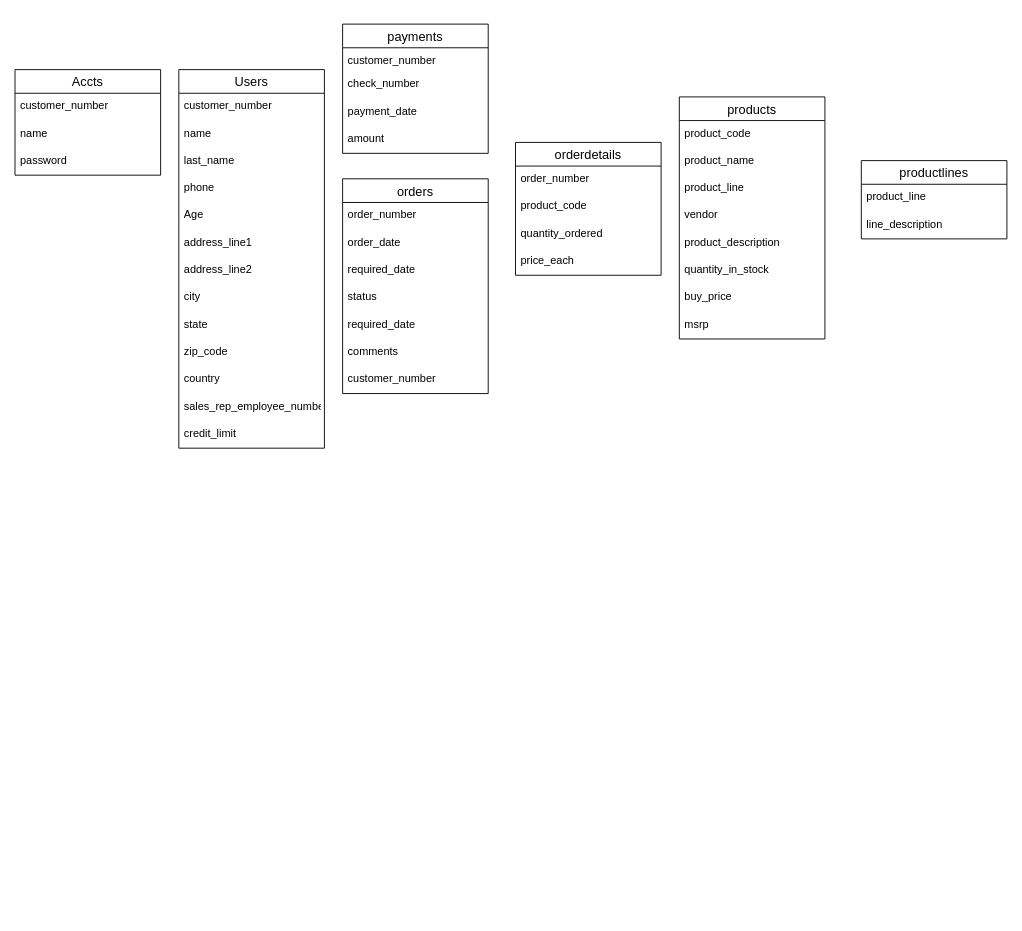
Earlier version of the draw.io diagram Planning and Architecture/Database Architecture.drawio (Chris0016/E-Commerce-Website). Source tidied: cells renumbered, new cells numbered last; positions are measured from the earlier drawing's top-left corner, leaving out a move shared by most shapes. Both pictures are drawn from the tidied source at 91%, with x=0, y=0 at pixel (15, 24).
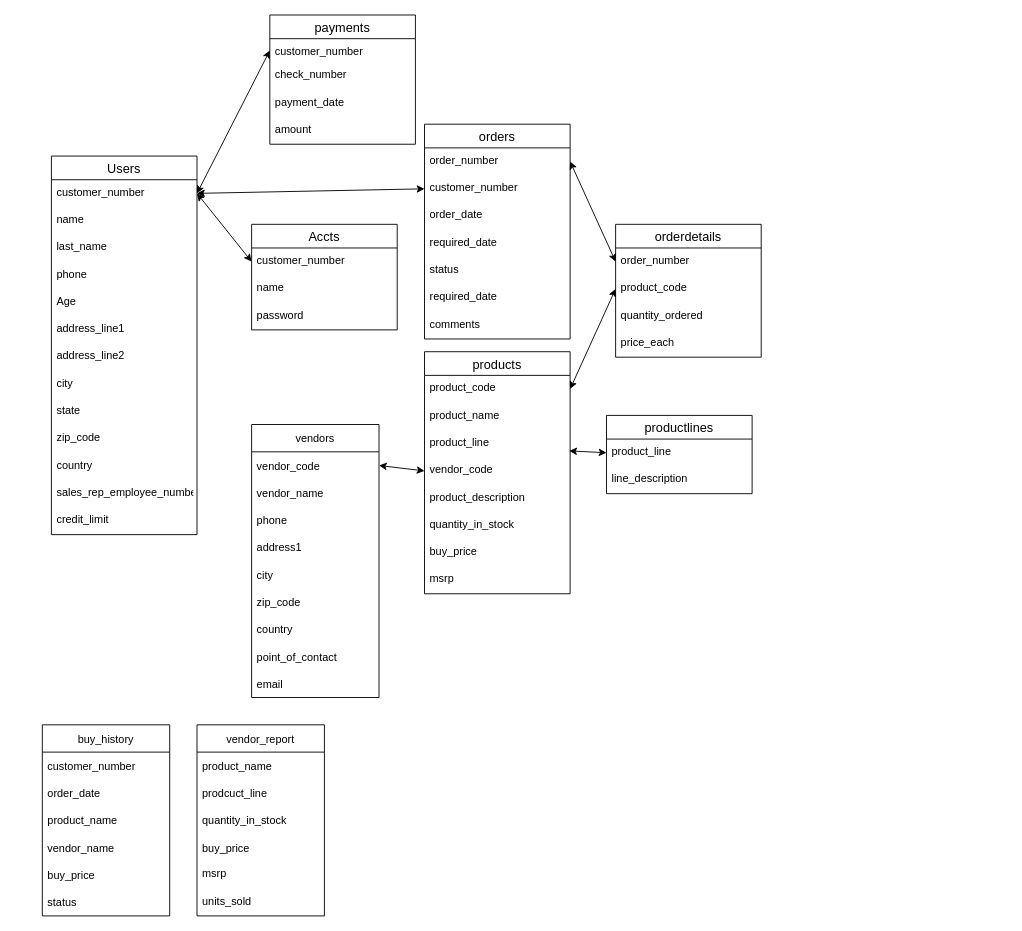
The same diagram, later.

The change refers to these unchanged cells:
```xml
<mxCell id="3" value="customer_number" style="text;strokeColor=none;fillColor=none;spacingLeft=4;spacingRight=4;overflow=hidden;points=[[0,0.5],[1,0.5]];portConstraint=eastwest;fontSize=12;" parent="2" vertex="1">
  <mxGeometry y="26" width="160" height="30" as="geometry" />
</mxCell>
<mxCell id="17" value="customer_number" style="text;strokeColor=none;fillColor=none;spacingLeft=4;spacingRight=4;overflow=hidden;points=[[0,0.5],[1,0.5]];portConstraint=eastwest;fontSize=12;" parent="16" vertex="1">
  <mxGeometry y="26" width="160" height="30" as="geometry" />
</mxCell>
<mxCell id="21" value="product_code" style="text;strokeColor=none;fillColor=none;spacingLeft=4;spacingRight=4;overflow=hidden;points=[[0,0.5],[1,0.5]];portConstraint=eastwest;fontSize=12;" parent="20" vertex="1">
  <mxGeometry y="26" width="160" height="30" as="geometry" />
</mxCell>
<mxCell id="23" value="product_line" style="text;strokeColor=none;fillColor=none;spacingLeft=4;spacingRight=4;overflow=hidden;points=[[0,0.5],[1,0.5]];portConstraint=eastwest;fontSize=12;" parent="20" vertex="1">
  <mxGeometry y="86" width="160" height="30" as="geometry" />
</mxCell>
<mxCell id="30" value="product_line" style="text;strokeColor=none;fillColor=none;spacingLeft=4;spacingRight=4;overflow=hidden;points=[[0,0.5],[1,0.5]];portConstraint=eastwest;fontSize=12;" parent="29" vertex="1">
  <mxGeometry y="26" width="160" height="30" as="geometry" />
</mxCell>
<mxCell id="33" value="order_number" style="text;strokeColor=none;fillColor=none;spacingLeft=4;spacingRight=4;overflow=hidden;points=[[0,0.5],[1,0.5]];portConstraint=eastwest;fontSize=12;" parent="32" vertex="1">
  <mxGeometry y="26" width="160" height="30" as="geometry" />
</mxCell>
<mxCell id="41" value="order_number" style="text;strokeColor=none;fillColor=none;spacingLeft=4;spacingRight=4;overflow=hidden;points=[[0,0.5],[1,0.5]];portConstraint=eastwest;fontSize=12;" parent="40" vertex="1">
  <mxGeometry y="26" width="160" height="30" as="geometry" />
</mxCell>
<mxCell id="42" value="product_code" style="text;strokeColor=none;fillColor=none;spacingLeft=4;spacingRight=4;overflow=hidden;points=[[0,0.5],[1,0.5]];portConstraint=eastwest;fontSize=12;" parent="40" vertex="1">
  <mxGeometry y="56" width="160" height="30" as="geometry" />
</mxCell>
<mxCell id="46" value="customer_number" style="text;strokeColor=none;fillColor=none;spacingLeft=4;spacingRight=4;overflow=hidden;points=[[0,0.5],[1,0.5]];portConstraint=eastwest;fontSize=12;" parent="45" vertex="1">
  <mxGeometry y="26" width="160" height="26" as="geometry" />
</mxCell>
```

Diff of the diagram source:
```diff
@@
     <mxCell id="2" value="Users" style="swimlane;fontStyle=0;horizontal=1;startSize=26;align=center;fontSize=14;" parent="1" vertex="1">
-      <mxGeometry x="180" y="50" width="160" height="416" as="geometry" />
+      <mxGeometry x="40" y="145" width="160" height="416" as="geometry" />
     </mxCell>
@@
     <mxCell id="16" value="Accts" style="swimlane;fontStyle=0;horizontal=1;startSize=26;align=center;fontSize=14;" parent="1" vertex="1">
-      <mxGeometry y="50" width="160" height="116" as="geometry" />
+      <mxGeometry x="260" y="220" width="160" height="116" as="geometry" />
     </mxCell>
@@
     <mxCell id="20" value="products" style="swimlane;fontStyle=0;horizontal=1;startSize=26;align=center;fontSize=14;" parent="1" vertex="1">
-      <mxGeometry x="730" y="80" width="160" height="266" as="geometry" />
+      <mxGeometry x="450" y="360" width="160" height="266" as="geometry" />
     </mxCell>
@@
-    <mxCell id="24" value="vendor" style="text;strokeColor=none;fillColor=none;spacingLeft=4;spacingRight=4;overflow=hidden;points=[[0,0.5],[1,0.5]];portConstraint=eastwest;fontSize=12;" parent="20" vertex="1">
+    <mxCell id="24" value="vendor_code" style="text;strokeColor=none;fillColor=none;spacingLeft=4;spacingRight=4;overflow=hidden;points=[[0,0.5],[1,0.5]];portConstraint=eastwest;fontSize=12;" parent="20" vertex="1">
       <mxGeometry y="116" width="160" height="30" as="geometry" />
     </mxCell>
@@
     <mxCell id="29" value="productlines" style="swimlane;fontStyle=0;horizontal=1;startSize=26;align=center;fontSize=14;" parent="1" vertex="1">
-      <mxGeometry x="930" y="150" width="160" height="86" as="geometry" />
+      <mxGeometry x="650" y="430" width="160" height="86" as="geometry" />
     </mxCell>
@@
     <mxCell id="32" value="orders" style="swimlane;fontStyle=0;horizontal=1;startSize=26;align=center;fontSize=14;" parent="1" vertex="1">
-      <mxGeometry x="360" y="170" width="160" height="236" as="geometry" />
+      <mxGeometry x="450" y="110" width="160" height="236" as="geometry" />
     </mxCell>
@@
+    <mxCell id="39" value="customer_number" style="text;strokeColor=none;fillColor=none;spacingLeft=4;spacingRight=4;overflow=hidden;points=[[0,0.5],[1,0.5]];portConstraint=eastwest;fontSize=12;" parent="32" vertex="1">
+      <mxGeometry y="56" width="160" height="30" as="geometry" />
+    </mxCell>
     <mxCell id="34" value="order_date" style="text;strokeColor=none;fillColor=none;spacingLeft=4;spacingRight=4;overflow=hidden;fontSize=12;" parent="32" vertex="1">
-      <mxGeometry y="56" width="160" height="30" as="geometry" />
+      <mxGeometry y="86" width="160" height="30" as="geometry" />
     </mxCell>
     <mxCell id="35" value="required_date" style="text;strokeColor=none;fillColor=none;spacingLeft=4;spacingRight=4;overflow=hidden;fontSize=12;" parent="32" vertex="1">
-      <mxGeometry y="86" width="160" height="30" as="geometry" />
+      <mxGeometry y="116" width="160" height="30" as="geometry" />
     </mxCell>
     <mxCell id="36" value="status" style="text;strokeColor=none;fillColor=none;spacingLeft=4;spacingRight=4;overflow=hidden;fontSize=12;" parent="32" vertex="1">
-      <mxGeometry y="116" width="160" height="30" as="geometry" />
+      <mxGeometry y="146" width="160" height="30" as="geometry" />
     </mxCell>
     <mxCell id="37" value="required_date" style="text;strokeColor=none;fillColor=none;spacingLeft=4;spacingRight=4;overflow=hidden;fontSize=12;" parent="32" vertex="1">
-      <mxGeometry y="146" width="160" height="30" as="geometry" />
+      <mxGeometry y="176" width="160" height="30" as="geometry" />
     </mxCell>
     <mxCell id="38" value="comments" style="text;strokeColor=none;fillColor=none;spacingLeft=4;spacingRight=4;overflow=hidden;fontSize=12;" parent="32" vertex="1">
-      <mxGeometry y="176" width="160" height="30" as="geometry" />
+      <mxGeometry y="206" width="160" height="30" as="geometry" />
     </mxCell>
-    <mxCell id="39" value="customer_number" style="text;strokeColor=none;fillColor=none;spacingLeft=4;spacingRight=4;overflow=hidden;points=[[0,0.5],[1,0.5]];portConstraint=eastwest;fontSize=12;" parent="32" vertex="1">
-      <mxGeometry y="206" width="160" height="30" as="geometry" />
-    </mxCell>
     <mxCell id="40" value="orderdetails" style="swimlane;fontStyle=0;horizontal=1;startSize=26;align=center;fontSize=14;" parent="1" vertex="1">
-      <mxGeometry x="550" y="130" width="160" height="146" as="geometry" />
+      <mxGeometry x="660" y="220" width="160" height="146" as="geometry" />
     </mxCell>
@@
     <mxCell id="45" value="payments" style="swimlane;fontStyle=0;horizontal=1;startSize=26;align=center;fontSize=14;" parent="1" vertex="1">
-      <mxGeometry x="360" width="160" height="142" as="geometry" />
+      <mxGeometry x="280" y="-10" width="160" height="142" as="geometry" />
     </mxCell>
@@
+    <mxCell id="50" style="endArrow=classic;startArrow=classic;html=1;rounded=0;exitX=1;exitY=0.5;exitDx=0;exitDy=0;entryX=0;entryY=0.5;entryDx=0;entryDy=0;" parent="1" edge="1" source="3" target="46">
+      <mxGeometry relative="1" as="geometry" />
+    </mxCell>
+    <mxCell id="51" style="endArrow=classic;startArrow=classic;html=1;rounded=0;exitX=1;exitY=0.5;exitDx=0;exitDy=0;entryX=0;entryY=0.5;entryDx=0;entryDy=0;" parent="1" edge="1" source="3" target="17">
+      <mxGeometry relative="1" as="geometry" />
+    </mxCell>
+    <mxCell id="52" style="endArrow=classic;startArrow=classic;html=1;rounded=0;exitX=1;exitY=0.5;exitDx=0;exitDy=0;entryX=0;entryY=0.5;entryDx=0;entryDy=0;" parent="1" edge="1" source="33" target="41">
+      <mxGeometry relative="1" as="geometry" />
+    </mxCell>
+    <mxCell id="53" style="endArrow=classic;startArrow=classic;html=1;rounded=0;exitX=1;exitY=0.5;exitDx=0;exitDy=0;entryX=0;entryY=0.5;entryDx=0;entryDy=0;" parent="1" edge="1" source="21" target="42">
+      <mxGeometry relative="1" as="geometry" />
+    </mxCell>
+    <mxCell id="54" style="endArrow=classic;startArrow=classic;html=1;rounded=0;exitX=0.994;exitY=0.767;exitDx=0;exitDy=0;entryX=0;entryY=0.5;entryDx=0;entryDy=0;exitPerimeter=0;" parent="1" edge="1" source="23" target="30">
+      <mxGeometry relative="1" as="geometry" />
+    </mxCell>
+    <mxCell id="55" style="endArrow=classic;startArrow=classic;html=1;rounded=0;exitX=1;exitY=0.5;exitDx=0;exitDy=0;entryX=0;entryY=0.5;entryDx=0;entryDy=0;" parent="1" edge="1" source="3" target="39">
+      <mxGeometry relative="1" as="geometry" />
+    </mxCell>
+    <mxCell id="56" value="vendors" style="swimlane;fontStyle=0;horizontal=1;startSize=30;" parent="1" vertex="1">
+      <mxGeometry x="260" y="440" width="140" height="300" as="geometry" />
+    </mxCell>
+    <mxCell id="57" value="vendor_code" style="text;strokeColor=none;fillColor=none;align=left;verticalAlign=middle;spacingLeft=4;spacingRight=4;overflow=hidden;points=[[0,0.5],[1,0.5]];portConstraint=eastwest;" parent="56" vertex="1">
+      <mxGeometry y="30" width="140" height="30" as="geometry" />
+    </mxCell>
+    <mxCell id="58" value="vendor_name" style="text;strokeColor=none;fillColor=none;align=left;verticalAlign=middle;spacingLeft=4;spacingRight=4;overflow=hidden;" parent="56" vertex="1">
+      <mxGeometry y="60" width="140" height="30" as="geometry" />
+    </mxCell>
+    <mxCell id="59" value="phone" style="text;strokeColor=none;fillColor=none;align=left;verticalAlign=middle;spacingLeft=4;spacingRight=4;overflow=hidden;" parent="56" vertex="1">
+      <mxGeometry y="90" width="140" height="30" as="geometry" />
+    </mxCell>
+    <mxCell id="60" value="address1" style="text;strokeColor=none;fillColor=none;align=left;verticalAlign=middle;spacingLeft=4;spacingRight=4;overflow=hidden;" parent="56" vertex="1">
+      <mxGeometry y="120" width="140" height="30" as="geometry" />
+    </mxCell>
+    <mxCell id="61" value="city" style="text;strokeColor=none;fillColor=none;align=left;verticalAlign=middle;spacingLeft=4;spacingRight=4;overflow=hidden;" parent="56" vertex="1">
+      <mxGeometry y="150" width="140" height="30" as="geometry" />
+    </mxCell>
+    <mxCell id="62" value="zip_code" style="text;strokeColor=none;fillColor=none;align=left;verticalAlign=middle;spacingLeft=4;spacingRight=4;overflow=hidden;" parent="56" vertex="1">
+      <mxGeometry y="180" width="140" height="30" as="geometry" />
+    </mxCell>
+    <mxCell id="63" value="country" style="text;strokeColor=none;fillColor=none;align=left;verticalAlign=middle;spacingLeft=4;spacingRight=4;overflow=hidden;" parent="56" vertex="1">
+      <mxGeometry y="210" width="140" height="30" as="geometry" />
+    </mxCell>
+    <mxCell id="64" value="point_of_contact" style="text;strokeColor=none;fillColor=none;align=left;verticalAlign=middle;spacingLeft=4;spacingRight=4;overflow=hidden;" parent="56" vertex="1">
+      <mxGeometry y="240" width="140" height="30" as="geometry" />
+    </mxCell>
+    <mxCell id="65" value="email" style="text;strokeColor=none;fillColor=none;align=left;verticalAlign=middle;spacingLeft=4;spacingRight=4;overflow=hidden;" parent="56" vertex="1">
+      <mxGeometry y="270" width="140" height="30" as="geometry" />
+    </mxCell>
+    <mxCell id="66" style="endArrow=classic;startArrow=classic;html=1;rounded=0;exitX=1;exitY=0.5;exitDx=0;exitDy=0;entryX=0;entryY=0.5;entryDx=0;entryDy=0;" parent="1" edge="1" source="57" target="24">
+      <mxGeometry relative="1" as="geometry" />
+    </mxCell>
+    <mxCell id="67" value="buy_history" style="swimlane;fontStyle=0;horizontal=1;startSize=30;" parent="1" vertex="1">
+      <mxGeometry x="30" y="770" width="140" height="210" as="geometry" />
+    </mxCell>
+    <mxCell id="68" value="customer_number" style="text;strokeColor=none;fillColor=none;align=left;verticalAlign=middle;spacingLeft=4;spacingRight=4;overflow=hidden;" parent="67" vertex="1">
+      <mxGeometry y="30" width="140" height="30" as="geometry" />
+    </mxCell>
+    <mxCell id="69" value="order_date" style="text;strokeColor=none;fillColor=none;align=left;verticalAlign=middle;spacingLeft=4;spacingRight=4;overflow=hidden;" parent="67" vertex="1">
+      <mxGeometry y="60" width="140" height="30" as="geometry" />
+    </mxCell>
+    <mxCell id="70" value="product_name" style="text;strokeColor=none;fillColor=none;align=left;verticalAlign=middle;spacingLeft=4;spacingRight=4;overflow=hidden;" parent="67" vertex="1">
+      <mxGeometry y="90" width="140" height="30" as="geometry" />
+    </mxCell>
+    <mxCell id="71" value="vendor_name" style="text;strokeColor=none;fillColor=none;align=left;verticalAlign=middle;spacingLeft=4;spacingRight=4;overflow=hidden;" parent="67" vertex="1">
+      <mxGeometry y="120" width="140" height="30" as="geometry" />
+    </mxCell>
+    <mxCell id="72" value="buy_price" style="text;strokeColor=none;fillColor=none;align=left;verticalAlign=middle;spacingLeft=4;spacingRight=4;overflow=hidden;" parent="67" vertex="1">
+      <mxGeometry y="150" width="140" height="30" as="geometry" />
+    </mxCell>
+    <mxCell id="73" value="status" style="text;strokeColor=none;fillColor=none;align=left;verticalAlign=middle;spacingLeft=4;spacingRight=4;overflow=hidden;" parent="67" vertex="1">
+      <mxGeometry y="180" width="140" height="30" as="geometry" />
+    </mxCell>
+    <mxCell id="74" value="vendor_report" style="swimlane;fontStyle=0;horizontal=1;startSize=30;" parent="1" vertex="1">
+      <mxGeometry x="200" y="770" width="140" height="210" as="geometry" />
+    </mxCell>
+    <mxCell id="75" value="product_name" style="text;strokeColor=none;fillColor=none;align=left;verticalAlign=middle;spacingLeft=4;spacingRight=4;overflow=hidden;" parent="74" vertex="1">
+      <mxGeometry y="30" width="140" height="30" as="geometry" />
+    </mxCell>
+    <mxCell id="76" value="prodcuct_line" style="text;strokeColor=none;fillColor=none;align=left;verticalAlign=middle;spacingLeft=4;spacingRight=4;overflow=hidden;" parent="74" vertex="1">
+      <mxGeometry y="60" width="140" height="30" as="geometry" />
+    </mxCell>
+    <mxCell id="77" value="quantity_in_stock" style="text;strokeColor=none;fillColor=none;align=left;verticalAlign=middle;spacingLeft=4;spacingRight=4;overflow=hidden;" parent="74" vertex="1">
+      <mxGeometry y="90" width="140" height="30" as="geometry" />
+    </mxCell>
+    <mxCell id="78" value="buy_price" style="text;strokeColor=none;fillColor=none;align=left;verticalAlign=middle;spacingLeft=4;spacingRight=4;overflow=hidden;" parent="74" vertex="1">
+      <mxGeometry y="120" width="140" height="30" as="geometry" />
+    </mxCell>
+    <mxCell id="79" value="msrp" style="text;strokeColor=none;fillColor=none;spacingLeft=4;spacingRight=4;overflow=hidden;fontSize=12;" parent="74" vertex="1">
+      <mxGeometry y="150" width="140" height="30" as="geometry" />
+    </mxCell>
+    <mxCell id="80" value="units_sold" style="text;strokeColor=none;fillColor=none;spacingLeft=4;spacingRight=4;overflow=hidden;fontSize=12;" parent="74" vertex="1">
+      <mxGeometry y="180" width="140" height="30" as="geometry" />
+    </mxCell>
```
